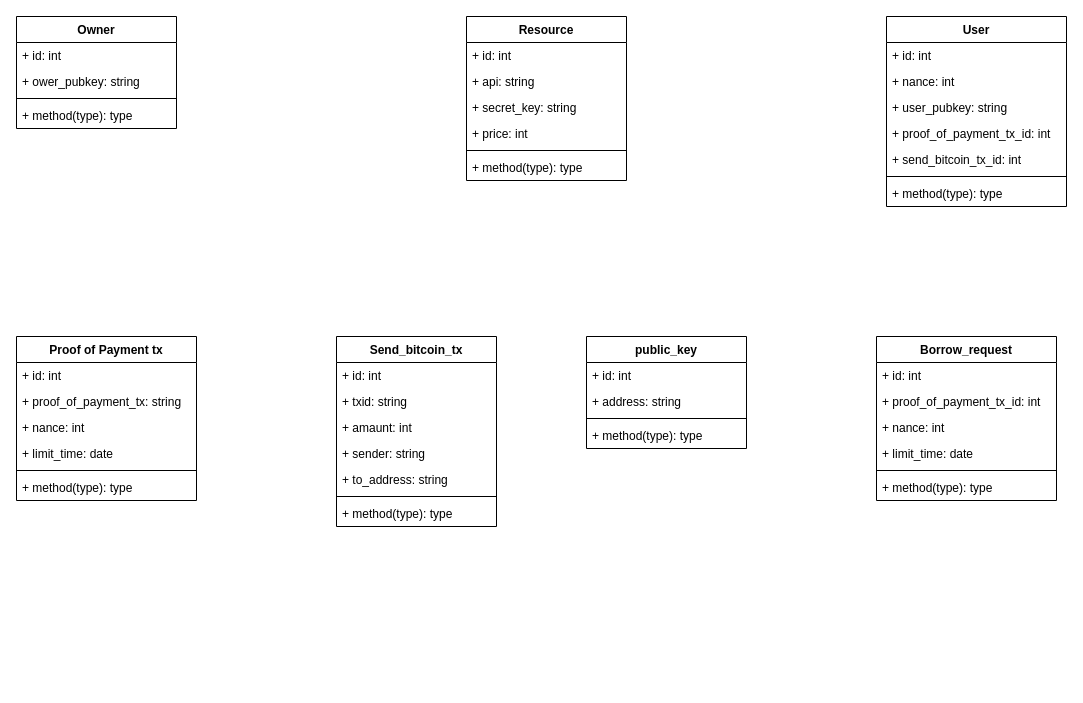
Before: page "Class" (2 of 2) of uNFT_classDiagram.dio in Chiken3/chikenLab, a draw.io diagram. Source tidied: cells renumbered, new cells numbered last; positions are measured from the earlier drawing's top-left corner, leaving out a move shared by most shapes. Both pictures are drawn from the tidied source at 100%, with x=0, y=0 at pixel (16, 16).
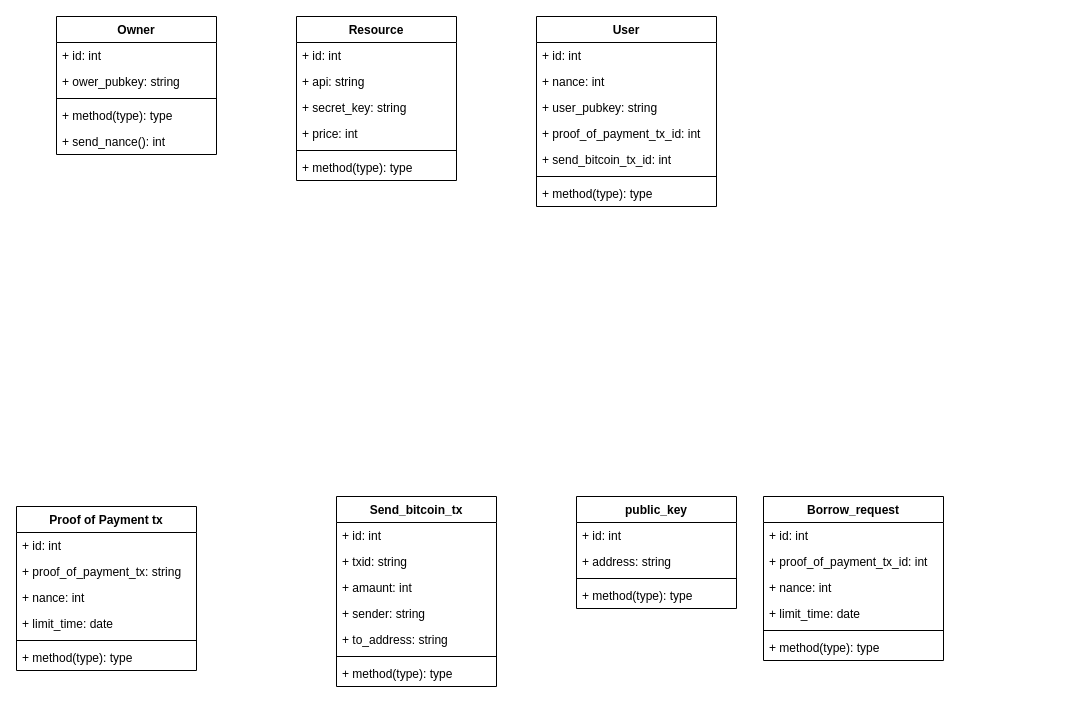
After the change.

Diff of the diagram source:
```diff
@@
     <mxCell id="2" value="Owner" style="swimlane;fontStyle=1;align=center;verticalAlign=top;horizontal=1;startSize=26;" parent="1" vertex="1">
-      <mxGeometry width="160" height="112" as="geometry" />
+      <mxGeometry x="40" width="160" height="138" as="geometry" />
     </mxCell>
@@
+    <mxCell id="49" value="+ send_nance(): int" style="text;strokeColor=none;fillColor=none;align=left;verticalAlign=top;spacingLeft=4;spacingRight=4;overflow=hidden;" parent="2" vertex="1">
+      <mxGeometry y="112" width="160" height="26" as="geometry" />
+    </mxCell>
     <mxCell id="7" value="public_key" style="swimlane;fontStyle=1;align=center;verticalAlign=top;horizontal=1;startSize=26;" parent="1" vertex="1">
-      <mxGeometry x="570" y="320" width="160" height="112" as="geometry" />
+      <mxGeometry x="560" y="480" width="160" height="112" as="geometry" />
     </mxCell>
@@
     <mxCell id="12" value="User" style="swimlane;fontStyle=1;align=center;verticalAlign=top;horizontal=1;startSize=26;" parent="1" vertex="1">
-      <mxGeometry x="870" width="180" height="190" as="geometry" />
+      <mxGeometry x="520" width="180" height="190" as="geometry" />
     </mxCell>
@@
     <mxCell id="20" value="Send_bitcoin_tx&#10;" style="swimlane;fontStyle=1;align=center;verticalAlign=top;horizontal=1;startSize=26;" parent="1" vertex="1">
-      <mxGeometry x="320" y="320" width="160" height="190" as="geometry" />
+      <mxGeometry x="320" y="480" width="160" height="190" as="geometry" />
     </mxCell>
@@
     <mxCell id="28" value="Proof of Payment tx" style="swimlane;fontStyle=1;align=center;verticalAlign=top;horizontal=1;startSize=26;" parent="1" vertex="1">
-      <mxGeometry y="320" width="180" height="164" as="geometry" />
+      <mxGeometry y="490" width="180" height="164" as="geometry" />
     </mxCell>
@@
     <mxCell id="35" value="Resource" style="swimlane;fontStyle=1;align=center;verticalAlign=top;horizontal=1;startSize=26;" parent="1" vertex="1">
-      <mxGeometry x="450" width="160" height="164" as="geometry" />
+      <mxGeometry x="280" width="160" height="164" as="geometry" />
     </mxCell>
@@
     <mxCell id="42" value="Borrow_request" style="swimlane;fontStyle=1;align=center;verticalAlign=top;horizontal=1;startSize=26;" parent="1" vertex="1">
-      <mxGeometry x="860" y="320" width="180" height="164" as="geometry" />
+      <mxGeometry x="747" y="480" width="180" height="164" as="geometry" />
     </mxCell>
```
